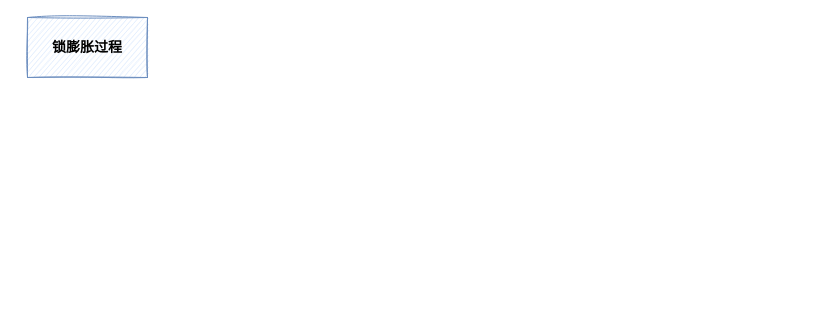
Earlier version of the draw.io diagram jvm/锁膨胀过程.drawio (YinggangDong/diagrams). Source tidied: cells renumbered, new cells numbered last; positions are measured from the earlier drawing's top-left corner, leaving out a move shared by most shapes. Both pictures are drawn from the tidied source at 100%, with x=0, y=0 at pixel (27, 17).
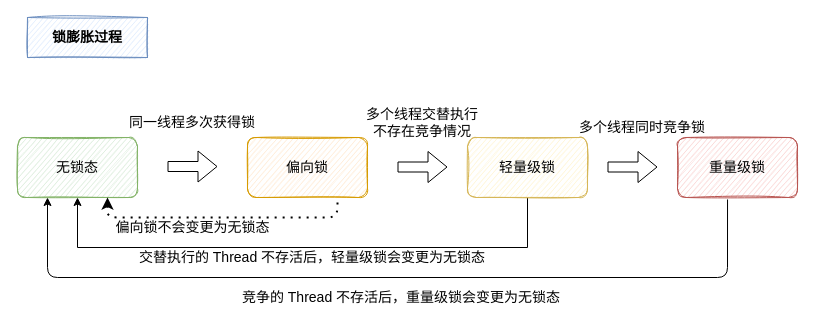
The same diagram, later.

Commit message:
Update 锁膨胀过程.drawio

What changed in the source:
```diff
@@
     <mxCell id="2" value="锁膨胀过程" style="rounded=0;whiteSpace=wrap;html=1;fontStyle=1;fontSize=14;fillColor=#dae8fc;strokeColor=#6c8ebf;shadow=0;sketch=1;" parent="1" vertex="1">
-      <mxGeometry width="120" height="60" as="geometry" />
+      <mxGeometry width="120" height="40" as="geometry" />
     </mxCell>
+    <mxCell id="3" value="无锁态" style="rounded=1;whiteSpace=wrap;html=1;shadow=0;sketch=1;fontSize=14;fillColor=#d5e8d4;strokeColor=#82b366;" parent="1" vertex="1">
+      <mxGeometry x="-10" y="120" width="120" height="60" as="geometry" />
+    </mxCell>
+    <mxCell id="4" value="偏向锁" style="rounded=1;whiteSpace=wrap;html=1;shadow=0;sketch=1;fontSize=14;fillColor=#ffe6cc;strokeColor=#d79b00;" parent="1" vertex="1">
+      <mxGeometry x="220" y="120" width="120" height="60" as="geometry" />
+    </mxCell>
+    <mxCell id="5" style="shape=flexArrow;endArrow=classic;html=1;fontSize=14;" parent="1" edge="1">
+      <mxGeometry relative="1" as="geometry">
+        <mxPoint x="140" y="149" as="sourcePoint" />
+        <mxPoint x="190" y="149" as="targetPoint" />
+      </mxGeometry>
+    </mxCell>
+    <mxCell id="6" value="同一线程多次获得锁" style="text;html=1;strokeColor=none;fillColor=none;align=center;verticalAlign=middle;whiteSpace=wrap;rounded=0;shadow=0;sketch=1;fontSize=14;" parent="1" vertex="1">
+      <mxGeometry x="100" y="90" width="130" height="30" as="geometry" />
+    </mxCell>
+    <mxCell id="7" style="edgeStyle=orthogonalEdgeStyle;rounded=0;jettySize=auto;html=1;fontSize=14;" parent="1" edge="1" source="8">
+      <mxGeometry relative="1" as="geometry">
+        <mxPoint x="50" y="180" as="targetPoint" />
+        <Array as="points">
+          <mxPoint x="500" y="230" />
+          <mxPoint x="50" y="230" />
+        </Array>
+      </mxGeometry>
+    </mxCell>
+    <mxCell id="8" value="轻量级锁" style="rounded=1;whiteSpace=wrap;html=1;shadow=0;sketch=1;fontSize=14;fillColor=#fff2cc;strokeColor=#d6b656;" parent="1" vertex="1">
+      <mxGeometry x="440" y="120" width="120" height="60" as="geometry" />
+    </mxCell>
+    <mxCell id="9" value="多个线程交替执行&lt;br&gt;不存在竞争情况" style="text;html=1;strokeColor=none;fillColor=none;align=center;verticalAlign=middle;whiteSpace=wrap;rounded=0;shadow=0;sketch=1;fontSize=14;" parent="1" vertex="1">
+      <mxGeometry x="310" y="95" width="170" height="20" as="geometry" />
+    </mxCell>
+    <mxCell id="10" value="重量级锁" style="rounded=1;whiteSpace=wrap;html=1;shadow=0;sketch=1;fontSize=14;fillColor=#f8cecc;strokeColor=#b85450;" parent="1" vertex="1">
+      <mxGeometry x="650" y="120" width="120" height="60" as="geometry" />
+    </mxCell>
+    <mxCell id="11" value="多个线程同时竞争锁" style="text;html=1;strokeColor=none;fillColor=none;align=center;verticalAlign=middle;whiteSpace=wrap;rounded=0;shadow=0;sketch=1;fontSize=14;" parent="1" vertex="1">
+      <mxGeometry x="530" y="100" width="170" height="20" as="geometry" />
+    </mxCell>
+    <mxCell id="12" style="shape=flexArrow;endArrow=classic;html=1;fontSize=14;" parent="1" edge="1">
+      <mxGeometry relative="1" as="geometry">
+        <mxPoint x="370" y="149.5" as="sourcePoint" />
+        <mxPoint x="420" y="149.5" as="targetPoint" />
+      </mxGeometry>
+    </mxCell>
+    <mxCell id="13" style="shape=flexArrow;endArrow=classic;html=1;fontSize=14;" parent="1" edge="1">
+      <mxGeometry relative="1" as="geometry">
+        <mxPoint x="580" y="149.5" as="sourcePoint" />
+        <mxPoint x="630" y="149.5" as="targetPoint" />
+      </mxGeometry>
+    </mxCell>
+    <mxCell id="14" style="endArrow=classic;html=1;fontSize=14;exitX=0.417;exitY=1.033;exitDx=0;exitDy=0;exitPerimeter=0;edgeStyle=orthogonalEdgeStyle;entryX=0.25;entryY=1;entryDx=0;entryDy=0;" parent="1" edge="1" source="10" target="3">
+      <mxGeometry relative="1" as="geometry">
+        <Array as="points">
+          <mxPoint x="700" y="260" />
+          <mxPoint x="20" y="260" />
+        </Array>
+      </mxGeometry>
+    </mxCell>
+    <mxCell id="15" value="竞争的 Thread 不存活后，重量级锁会变更为无锁态" style="text;html=1;strokeColor=none;fillColor=none;align=center;verticalAlign=middle;whiteSpace=wrap;rounded=0;shadow=0;sketch=1;fontSize=14;" parent="1" vertex="1">
+      <mxGeometry x="179" y="270" width="390" height="20" as="geometry" />
+    </mxCell>
+    <mxCell id="16" value="交替执行的 Thread 不存活后，轻量级锁会变更为无锁态" style="text;html=1;strokeColor=none;fillColor=none;align=center;verticalAlign=middle;whiteSpace=wrap;rounded=0;shadow=0;sketch=1;fontSize=14;" parent="1" vertex="1">
+      <mxGeometry x="90" y="230" width="390" height="20" as="geometry" />
+    </mxCell>
+    <mxCell id="17" style="endArrow=none;dashed=1;html=1;dashPattern=1 3;strokeWidth=2;fontSize=14;exitX=0.75;exitY=1;exitDx=0;exitDy=0;edgeStyle=orthogonalEdgeStyle;startArrow=classic;startFill=1;" parent="1" edge="1" source="3">
+      <mxGeometry relative="1" as="geometry">
+        <mxPoint x="310" y="180" as="targetPoint" />
+        <Array as="points">
+          <mxPoint x="80" y="200" />
+          <mxPoint x="310" y="200" />
+        </Array>
+      </mxGeometry>
+    </mxCell>
+    <mxCell id="18" value="偏向锁不会变更为无锁态" style="text;html=1;strokeColor=none;fillColor=none;align=center;verticalAlign=middle;whiteSpace=wrap;rounded=0;shadow=0;sketch=1;fontSize=14;" parent="1" vertex="1">
+      <mxGeometry x="64.5" y="200" width="201" height="20" as="geometry" />
+    </mxCell>
```
